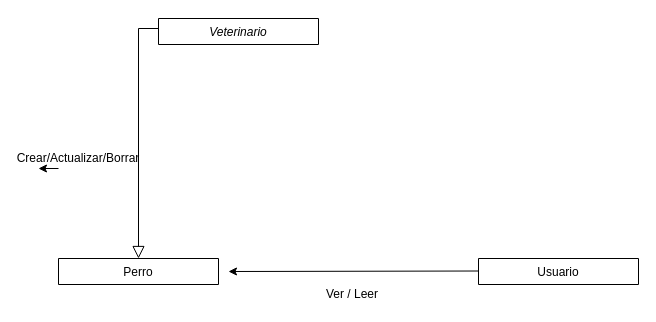
Before: diagrams/relacionusuarios.drawio in snlaight/fidopt-server, a draw.io diagram. Source tidied: cells renumbered, new cells numbered last; positions are measured from the earlier drawing's top-left corner, leaving out a move shared by most shapes. Both pictures are drawn from the tidied source at 100%, with x=0, y=0 at pixel (38, 18).
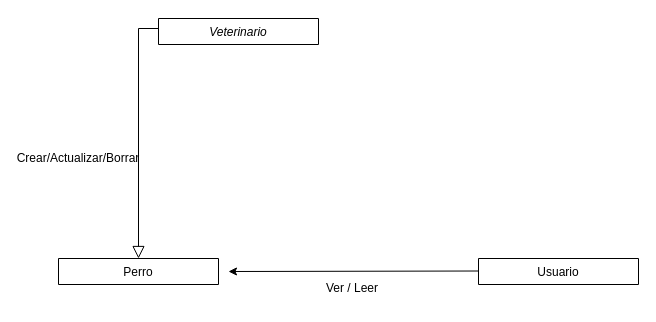
The same page after the edit.

What changed in the source:
```diff
@@
 <mxGraphModel>
   <root>
     <mxCell id="0" />
     <mxCell id="1" parent="0" />
     <mxCell id="2" value="Veterinario" style="swimlane;fontStyle=2;align=center;verticalAlign=top;horizontal=1;startSize=26;rounded=0;shadow=0;strokeWidth=1;" parent="1" vertex="1" collapsed="1">
       <mxGeometry x="120" width="160" height="26" as="geometry" />
     </mxCell>
     <mxCell id="3" value="Perro" style="swimlane;fontStyle=0;align=center;verticalAlign=top;horizontal=1;startSize=26;rounded=0;shadow=0;strokeWidth=1;" parent="1" vertex="1" collapsed="1">
       <mxGeometry x="20" y="240" width="160" height="26" as="geometry" />
     </mxCell>
     <mxCell id="4" style="endArrow=block;endSize=10;endFill=0;shadow=0;strokeWidth=1;rounded=0;edgeStyle=elbowEdgeStyle;elbow=vertical;entryX=0.5;entryY=0;entryDx=0;entryDy=0;" parent="1" edge="1" target="3">
       <mxGeometry relative="1" as="geometry">
         <mxPoint x="120" y="10" as="sourcePoint" />
         <Array as="points">
           <mxPoint x="110" y="10" />
         </Array>
       </mxGeometry>
     </mxCell>
     <mxCell id="5" value="Usuario" style="swimlane;fontStyle=0;align=center;verticalAlign=top;horizontal=1;startSize=40;rounded=0;shadow=0;strokeWidth=1;" parent="1" vertex="1" collapsed="1">
       <mxGeometry x="440" y="240" width="160" height="26" as="geometry" />
     </mxCell>
-    <mxCell id="6" style="edgeStyle=orthogonalEdgeStyle;rounded=0;jettySize=auto;html=1;exitX=0;exitY=1;exitDx=0;exitDy=0;" parent="1" edge="1" source="7">
-      <mxGeometry relative="1" as="geometry">
-        <mxPoint y="150" as="targetPoint" />
-      </mxGeometry>
-    </mxCell>
     <mxCell id="7" value="Crear/Actualizar/Borrar" style="text;html=1;strokeColor=none;fillColor=none;align=center;verticalAlign=middle;whiteSpace=wrap;rounded=0;" parent="1" vertex="1">
       <mxGeometry x="20" y="130" width="40" height="20" as="geometry" />
     </mxCell>
     <mxCell id="8" style="endArrow=classic;html=1;" parent="1" edge="1">
       <mxGeometry relative="1" as="geometry">
         <mxPoint x="440" y="252.5" as="sourcePoint" />
         <mxPoint x="190" y="253" as="targetPoint" />
       </mxGeometry>
     </mxCell>
     <mxCell id="9" value="Ver / Leer" style="text;html=1;strokeColor=none;fillColor=none;align=center;verticalAlign=middle;whiteSpace=wrap;rounded=0;" parent="1" vertex="1">
-      <mxGeometry x="249" y="266" width="130" height="20" as="geometry" />
+      <mxGeometry x="249" y="260" width="130" height="20" as="geometry" />
     </mxCell>
   </root>
 </mxGraphModel>
```
